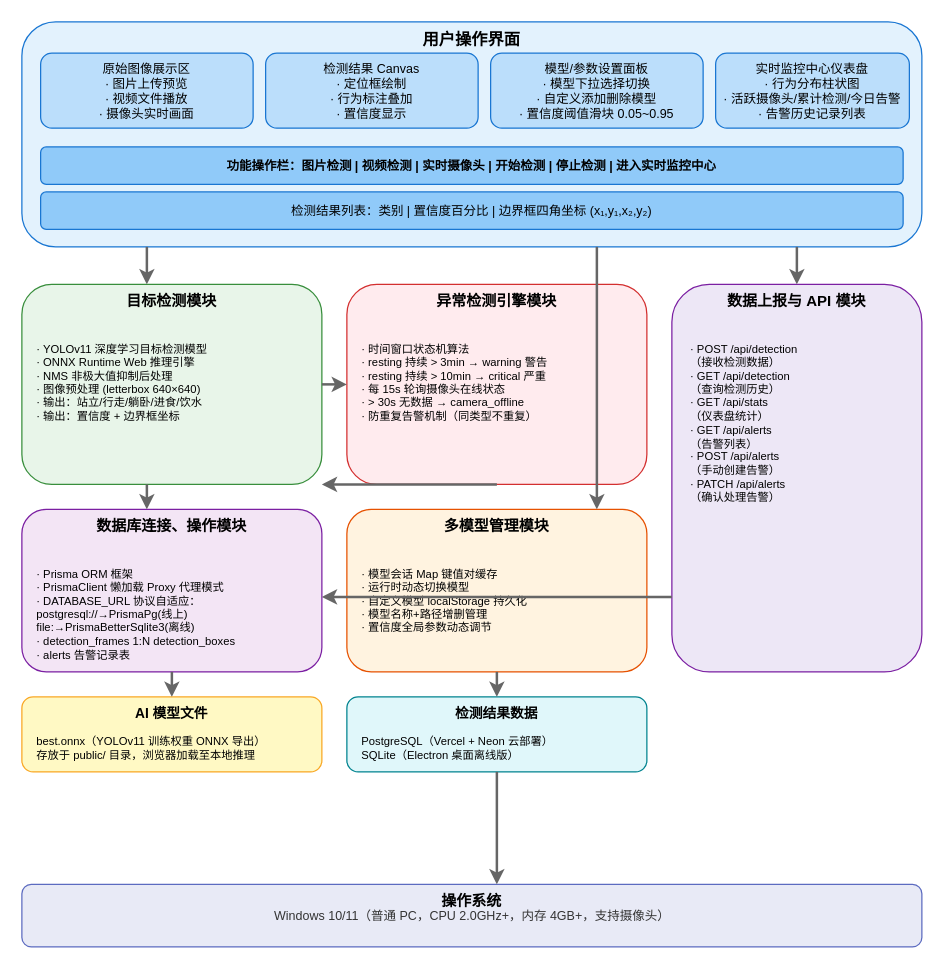
The draw.io diagram docs/系统整体结构框架.drawio in cc1239539190-lgtm/cow-behavior-detection, before the edit. Source tidied: cells renumbered, new cells numbered last; positions are measured from the earlier drawing's top-left corner, leaving out a move shared by most shapes. Both pictures are drawn from the tidied source at 125%, with x=0, y=0 at pixel (21, 21).
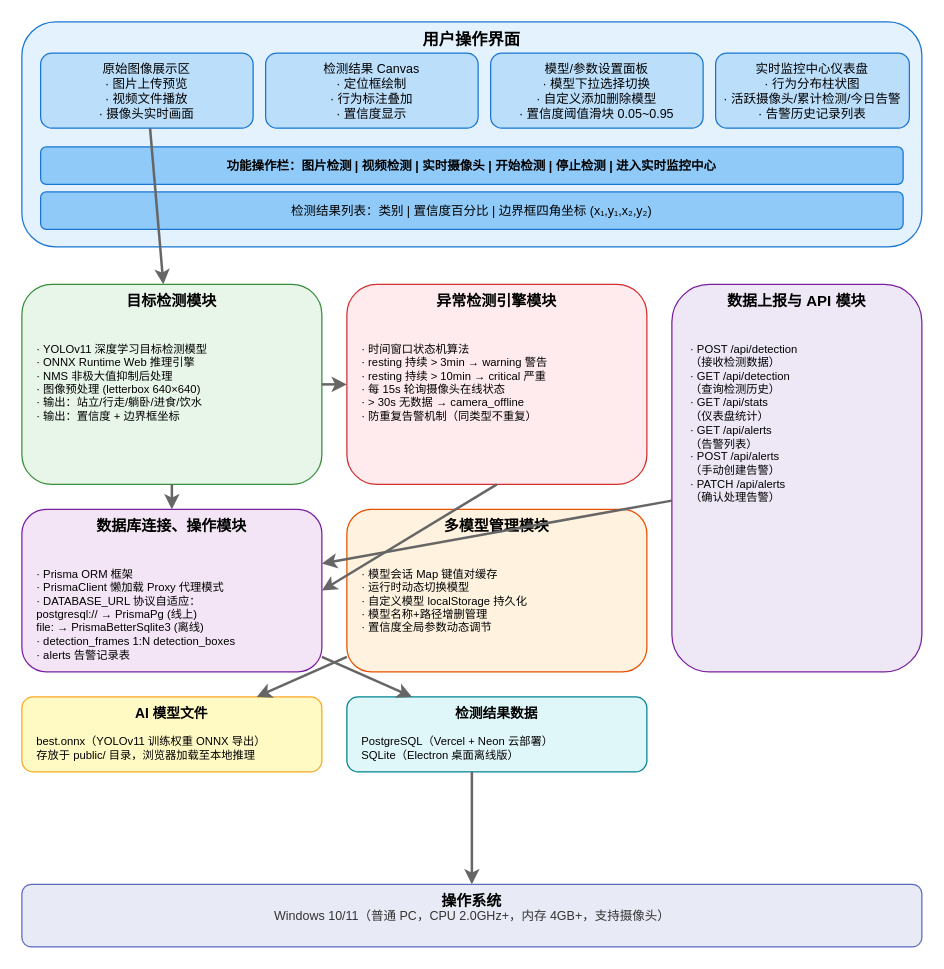
The same diagram, later.

Commit message:
docs: 重新生成系统整体结构框架draw.io图

The change refers to these unchanged cells:
```xml
<mxCell id="5" value="原始图像展示区&lt;br&gt;· 图片上传预览&lt;br&gt;· 视频文件播放&lt;br&gt;· 摄像头实时画面" style="rounded=1;whiteSpace=wrap;html=1;fillColor=#BBDEFB;strokeColor=#1976D2;fontSize=10;verticalAlign=top;" parent="1" vertex="1">
  <mxGeometry x="15" y="25" width="170" height="60" as="geometry" />
</mxCell>
<mxCell id="11" value="目标检测模块" style="rounded=1;whiteSpace=wrap;html=1;fillColor=#E8F5E9;strokeColor=#388E3C;fontSize=12;fontStyle=1;verticalAlign=top;" parent="1" vertex="1">
  <mxGeometry y="210" width="240" height="160" as="geometry" />
</mxCell>
<mxCell id="15" value="多模型管理模块" style="rounded=1;whiteSpace=wrap;html=1;fillColor=#FFF3E0;strokeColor=#E65100;fontSize=12;fontStyle=1;verticalAlign=top;" parent="1" vertex="1">
  <mxGeometry x="260" y="390" width="240" height="130" as="geometry" />
</mxCell>
<mxCell id="17" value="数据上报与 API 模块" style="rounded=1;whiteSpace=wrap;html=1;fillColor=#EDE7F6;strokeColor=#7B1FA2;fontSize=12;fontStyle=1;verticalAlign=top;" parent="1" vertex="1">
  <mxGeometry x="520" y="210" width="200" height="310" as="geometry" />
</mxCell>
<mxCell id="19" value="数据库连接、操作模块" style="rounded=1;whiteSpace=wrap;html=1;fillColor=#F3E5F5;strokeColor=#7B1FA2;fontSize=12;fontStyle=1;verticalAlign=top;" parent="1" vertex="1">
  <mxGeometry y="390" width="240" height="130" as="geometry" />
</mxCell>
<mxCell id="21" value="AI 模型文件" style="rounded=1;whiteSpace=wrap;html=1;fillColor=#FFF9C4;strokeColor=#F9A825;fontSize=11;fontStyle=1;verticalAlign=top;" parent="1" vertex="1">
  <mxGeometry y="540" width="240" height="60" as="geometry" />
</mxCell>
<mxCell id="23" value="检测结果数据" style="rounded=1;whiteSpace=wrap;html=1;fillColor=#E0F7FA;strokeColor=#00838F;fontSize=11;fontStyle=1;verticalAlign=top;" parent="1" vertex="1">
  <mxGeometry x="260" y="540" width="240" height="60" as="geometry" />
</mxCell>
```

Diff of the diagram source:
```diff
@@
-    <mxCell id="20" value="· Prisma ORM 框架&lt;br&gt;· PrismaClient 懒加载 Proxy 代理模式&lt;br&gt;· DATABASE_URL 协议自适应：&lt;br&gt;  postgresql://→PrismaPg(线上)&lt;br&gt;  file:→PrismaBetterSqlite3(离线)&lt;br&gt;· detection_frames 1:N detection_boxes&lt;br&gt;· alerts 告警记录表" style="text;html=1;align=left;verticalAlign=top;fontSize=9;spacingLeft=5;spacingTop=35;" parent="1" vertex="1">
+    <mxCell id="20" value="· Prisma ORM 框架&lt;br&gt;· PrismaClient 懒加载 Proxy 代理模式&lt;br&gt;· DATABASE_URL 协议自适应：&lt;br&gt;  postgresql:// → PrismaPg (线上)&lt;br&gt;  file: → PrismaBetterSqlite3 (离线)&lt;br&gt;· detection_frames 1:N detection_boxes&lt;br&gt;· alerts 告警记录表" style="text;html=1;align=left;verticalAlign=top;fontSize=9;spacingLeft=5;spacingTop=35;" parent="1" vertex="1">
       <mxGeometry x="5" y="395" width="230" height="115" as="geometry" />
     </mxCell>
@@
-    <mxCell id="25" style="endArrow=classic;html=1;strokeWidth=2;strokeColor=#666666;" parent="1" edge="1">
-      <mxGeometry relative="1" as="geometry">
-        <mxPoint x="100" y="180" as="sourcePoint" />
-        <mxPoint x="100" y="210" as="targetPoint" />
-      </mxGeometry>
+    <mxCell id="25" style="endArrow=classic;html=1;strokeWidth=2;strokeColor=#666666;" parent="1" edge="1" source="5" target="11">
+      <mxGeometry x="0.5" y="20" relative="1" as="geometry" />
     </mxCell>
-    <mxCell id="26" style="endArrow=classic;html=1;strokeWidth=2;strokeColor=#666666;" parent="1" edge="1">
-      <mxGeometry relative="1" as="geometry">
-        <mxPoint x="460" y="180" as="sourcePoint" />
-        <mxPoint x="460" y="390" as="targetPoint" />
-      </mxGeometry>
-    </mxCell>
-    <mxCell id="27" style="endArrow=classic;html=1;strokeWidth=2;strokeColor=#666666;" parent="1" edge="1">
-      <mxGeometry relative="1" as="geometry">
-        <mxPoint x="620" y="180" as="sourcePoint" />
-        <mxPoint x="620" y="210" as="targetPoint" />
-      </mxGeometry>
-    </mxCell>
@@
+    <mxCell id="31" style="endArrow=classic;html=1;strokeWidth=2;strokeColor=#666666;" parent="1" edge="1" source="11" target="19">
+      <mxGeometry x="0.5" y="20" relative="1" as="geometry" />
+    </mxCell>
+    <mxCell id="30" style="endArrow=classic;html=1;strokeWidth=2;strokeColor=#666666;" parent="1" edge="1" source="17" target="19">
+      <mxGeometry x="0.5" y="20" relative="1" as="geometry" />
+    </mxCell>
+    <mxCell id="33" style="endArrow=classic;html=1;strokeWidth=2;strokeColor=#666666;" parent="1" edge="1">
+      <mxGeometry relative="1" as="geometry">
+        <mxPoint x="380" y="370" as="sourcePoint" />
+        <mxPoint x="240" y="455" as="targetPoint" />
+      </mxGeometry>
+    </mxCell>
-    <mxCell id="29" style="endArrow=classic;html=1;strokeWidth=2;strokeColor=#666666;" parent="1" edge="1">
-      <mxGeometry relative="1" as="geometry">
-        <mxPoint x="120" y="520" as="sourcePoint" />
-        <mxPoint x="120" y="540" as="targetPoint" />
-      </mxGeometry>
+    <mxCell id="29" style="endArrow=classic;html=1;strokeWidth=2;strokeColor=#666666;" parent="1" edge="1" source="19" target="23">
+      <mxGeometry x="0.5" y="20" relative="1" as="geometry" />
     </mxCell>
-    <mxCell id="30" style="endArrow=classic;html=1;strokeWidth=2;strokeColor=#666666;" parent="1" edge="1">
-      <mxGeometry relative="1" as="geometry">
-        <mxPoint x="520" y="460" as="sourcePoint" />
-        <mxPoint x="240" y="460" as="targetPoint" />
-      </mxGeometry>
-    </mxCell>
-    <mxCell id="31" style="endArrow=classic;html=1;strokeWidth=2;strokeColor=#666666;" parent="1" edge="1">
-      <mxGeometry relative="1" as="geometry">
-        <mxPoint x="100" y="370" as="sourcePoint" />
-        <mxPoint x="100" y="390" as="targetPoint" />
-      </mxGeometry>
-    </mxCell>
-    <mxCell id="32" style="endArrow=classic;html=1;strokeWidth=2;strokeColor=#666666;" parent="1" edge="1">
-      <mxGeometry relative="1" as="geometry">
-        <mxPoint x="380" y="520" as="sourcePoint" />
-        <mxPoint x="380" y="540" as="targetPoint" />
-      </mxGeometry>
+    <mxCell id="32" style="endArrow=classic;html=1;strokeWidth=2;strokeColor=#666666;" parent="1" edge="1" source="15" target="21">
+      <mxGeometry x="0.5" y="20" relative="1" as="geometry" />
     </mxCell>
-    <mxCell id="33" style="endArrow=classic;html=1;strokeWidth=2;strokeColor=#666666;" parent="1" edge="1">
-      <mxGeometry relative="1" as="geometry">
-        <mxPoint x="380" y="370" as="sourcePoint" />
-        <mxPoint x="240" y="370" as="targetPoint" />
-      </mxGeometry>
-    </mxCell>
-    <mxCell id="34" style="endArrow=classic;html=1;strokeWidth=2;strokeColor=#666666;" parent="1" edge="1">
-      <mxGeometry relative="1" as="geometry">
-        <mxPoint x="380" y="600" as="sourcePoint" />
-        <mxPoint x="380" y="690" as="targetPoint" />
-      </mxGeometry>
-    </mxCell>
+    <mxCell id="35" style="endArrow=classic;html=1;strokeWidth=2;strokeColor=#666666;" parent="1" edge="1">
+      <mxGeometry relative="1" as="geometry">
+        <mxPoint x="360" y="600" as="sourcePoint" />
+        <mxPoint x="360" y="690" as="targetPoint" />
+      </mxGeometry>
+    </mxCell>
```
